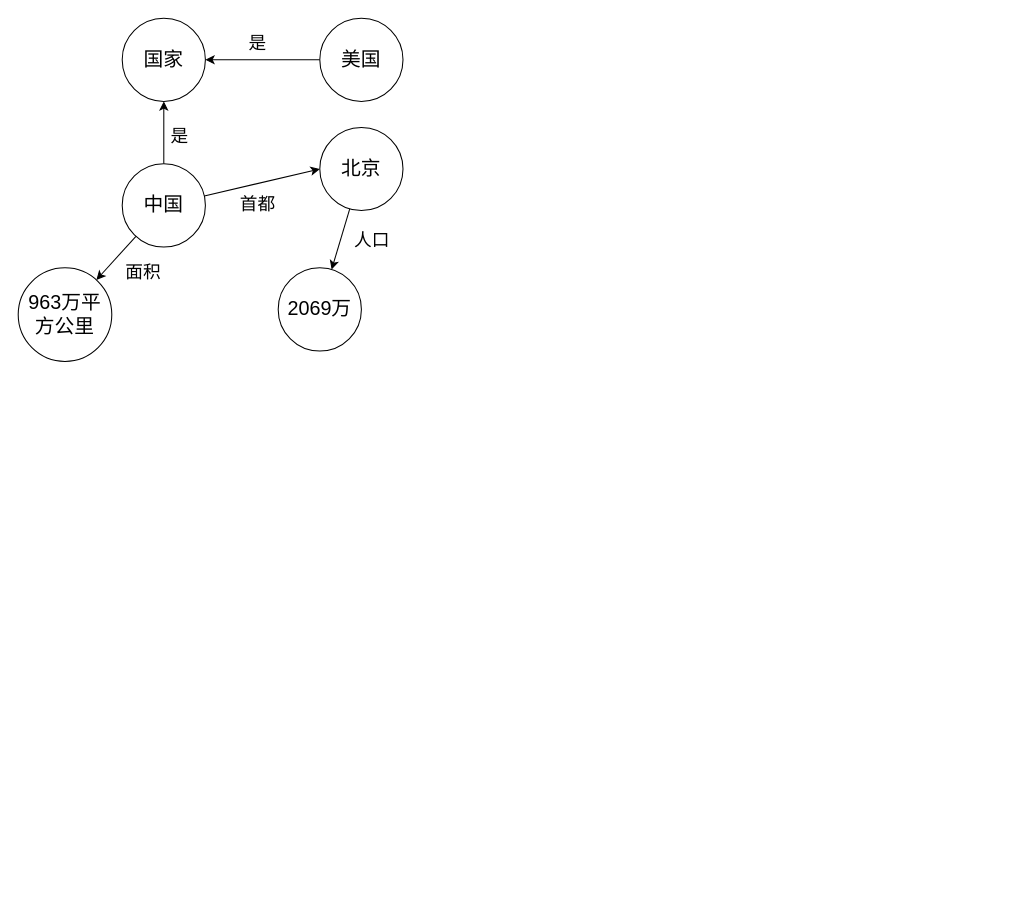
SongyuanC/supermall keeps this draw.io diagram as 人工智能导论.drawio. Above is the earlier version. Source tidied: cells renumbered, new cells numbered last; positions are measured from the earlier drawing's top-left corner, leaving out a move shared by most shapes. Both pictures are drawn from the tidied source at 104%, with x=0, y=0 at pixel (18, 18).
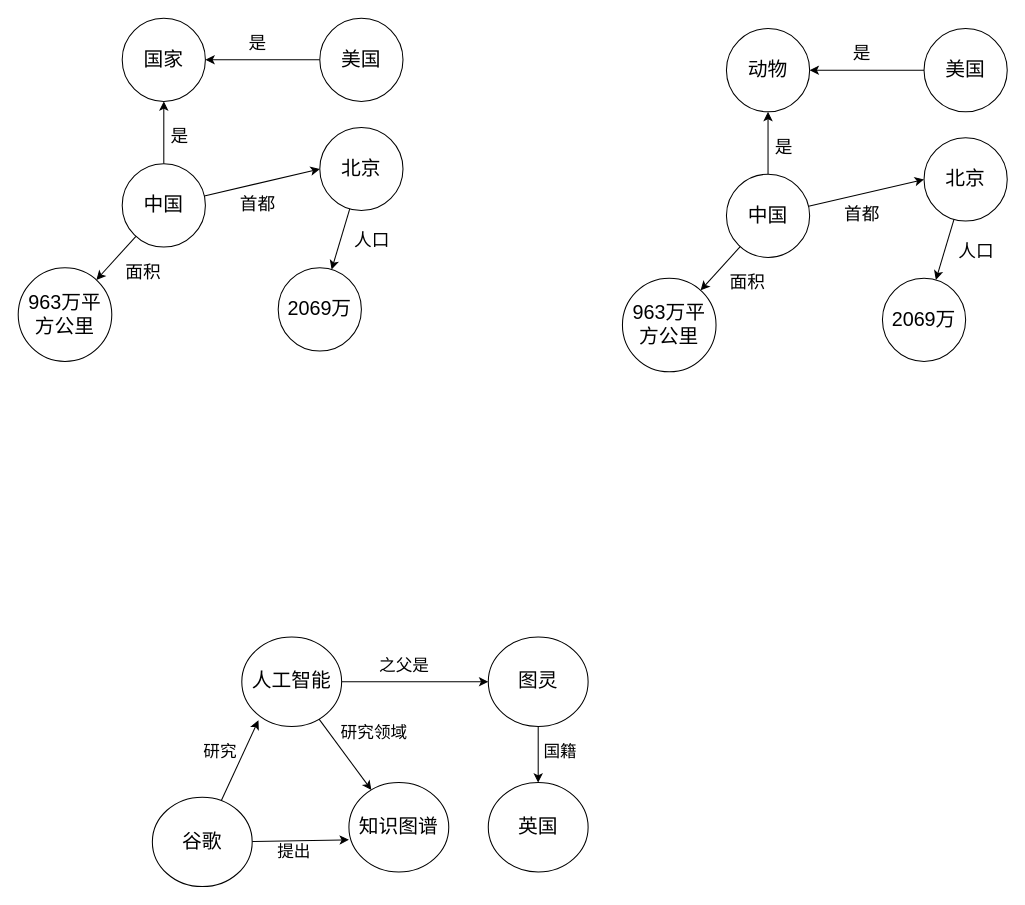
Above is the later version.

Commit message:
更新人工智能导论.drawio

Change to the diagram source:
```diff
@@
+    <mxCell id="18" style="rounded=0;jettySize=auto;html=1;entryX=0;entryY=0.5;entryDx=0;entryDy=0;" parent="1" edge="1" source="21" target="23">
+      <mxGeometry relative="1" as="geometry" />
+    </mxCell>
+    <mxCell id="19" style="edgeStyle=orthogonalEdgeStyle;rounded=0;jettySize=auto;html=1;entryX=0.5;entryY=1;entryDx=0;entryDy=0;" parent="1" edge="1" source="21" target="25">
+      <mxGeometry relative="1" as="geometry" />
+    </mxCell>
+    <mxCell id="20" style="rounded=0;jettySize=auto;html=1;" parent="1" edge="1" source="21" target="29">
+      <mxGeometry relative="1" as="geometry" />
+    </mxCell>
+    <mxCell id="21" value="中国" style="ellipse;whiteSpace=wrap;html=1;fontSize=19;" parent="1" vertex="1">
+      <mxGeometry x="681" y="150" width="80" height="80" as="geometry" />
+    </mxCell>
+    <mxCell id="22" style="rounded=0;jettySize=auto;html=1;" parent="1" edge="1" source="23" target="27">
+      <mxGeometry relative="1" as="geometry" />
+    </mxCell>
+    <mxCell id="23" value="北京" style="ellipse;whiteSpace=wrap;html=1;fontSize=19;" parent="1" vertex="1">
+      <mxGeometry x="871" y="115" width="80" height="80" as="geometry" />
+    </mxCell>
+    <mxCell id="24" value="首都" style="text;html=1;align=center;verticalAlign=middle;strokeColor=none;fillColor=none;fontSize=17;" parent="1" vertex="1">
+      <mxGeometry x="781" y="175" width="60" height="30" as="geometry" />
+    </mxCell>
+    <mxCell id="25" value="动物" style="ellipse;whiteSpace=wrap;html=1;fontSize=19;" parent="1" vertex="1">
+      <mxGeometry x="681" y="10" width="80" height="80" as="geometry" />
+    </mxCell>
+    <mxCell id="26" value="是" style="text;html=1;align=center;verticalAlign=middle;strokeColor=none;fillColor=none;fontSize=17;" parent="1" vertex="1">
+      <mxGeometry x="716" y="110" width="40" height="30" as="geometry" />
+    </mxCell>
+    <mxCell id="27" value="2069万" style="ellipse;whiteSpace=wrap;html=1;fontSize=19;" parent="1" vertex="1">
+      <mxGeometry x="831" y="250" width="80" height="80" as="geometry" />
+    </mxCell>
+    <mxCell id="28" value="人口" style="text;html=1;align=center;verticalAlign=middle;strokeColor=none;fillColor=none;fontSize=17;" parent="1" vertex="1">
+      <mxGeometry x="891" y="210" width="60" height="30" as="geometry" />
+    </mxCell>
+    <mxCell id="29" value="963万平方公里" style="ellipse;whiteSpace=wrap;html=1;fontSize=19;" parent="1" vertex="1">
+      <mxGeometry x="581" y="250" width="90" height="90" as="geometry" />
+    </mxCell>
+    <mxCell id="30" value="面积" style="text;html=1;align=center;verticalAlign=middle;strokeColor=none;fillColor=none;fontSize=17;" parent="1" vertex="1">
+      <mxGeometry x="671" y="240" width="60" height="30" as="geometry" />
+    </mxCell>
+    <mxCell id="31" style="edgeStyle=orthogonalEdgeStyle;rounded=0;jettySize=auto;html=1;entryX=1;entryY=0.5;entryDx=0;entryDy=0;" parent="1" edge="1" source="32" target="25">
+      <mxGeometry relative="1" as="geometry" />
+    </mxCell>
+    <mxCell id="32" value="美国" style="ellipse;whiteSpace=wrap;html=1;fontSize=19;" parent="1" vertex="1">
+      <mxGeometry x="871" y="10" width="80" height="80" as="geometry" />
+    </mxCell>
+    <mxCell id="33" value="是" style="text;html=1;align=center;verticalAlign=middle;strokeColor=none;fillColor=none;fontSize=17;" parent="1" vertex="1">
+      <mxGeometry x="791" y="20" width="40" height="30" as="geometry" />
+    </mxCell>
+    <mxCell id="34" style="rounded=0;jettySize=auto;html=1;entryX=0;entryY=0.5;entryDx=0;entryDy=0;" parent="1" edge="1" source="36" target="39">
+      <mxGeometry relative="1" as="geometry" />
+    </mxCell>
+    <mxCell id="35" style="rounded=0;jettySize=auto;html=1;" parent="1" edge="1" source="36" target="37">
+      <mxGeometry relative="1" as="geometry" />
+    </mxCell>
+    <mxCell id="36" value="人工智能" style="ellipse;whiteSpace=wrap;html=1;fontSize=19;" parent="1" vertex="1">
+      <mxGeometry x="215" y="595" width="96" height="86" as="geometry" />
+    </mxCell>
+    <mxCell id="37" value="知识图谱" style="ellipse;whiteSpace=wrap;html=1;fontSize=19;" parent="1" vertex="1">
+      <mxGeometry x="318" y="735" width="96" height="86" as="geometry" />
+    </mxCell>
+    <mxCell id="38" style="rounded=0;jettySize=auto;html=1;" parent="1" edge="1" source="39" target="44">
+      <mxGeometry relative="1" as="geometry" />
+    </mxCell>
+    <mxCell id="39" value="图灵" style="ellipse;whiteSpace=wrap;html=1;fontSize=19;" parent="1" vertex="1">
+      <mxGeometry x="452" y="595" width="96" height="86" as="geometry" />
+    </mxCell>
+    <mxCell id="40" value="研究领域" style="text;html=1;align=center;verticalAlign=middle;strokeColor=none;fillColor=none;fontSize=16;" parent="1" vertex="1">
+      <mxGeometry x="301" y="671" width="82" height="31" as="geometry" />
+    </mxCell>
+    <mxCell id="41" style="rounded=0;jettySize=auto;html=1;entryX=0;entryY=0.64;entryDx=0;entryDy=0;entryPerimeter=0;" parent="1" edge="1" source="42" target="37">
+      <mxGeometry relative="1" as="geometry" />
+    </mxCell>
+    <mxCell id="42" value="谷歌" style="ellipse;whiteSpace=wrap;html=1;fontSize=19;" parent="1" vertex="1">
+      <mxGeometry x="129" y="749" width="96" height="86" as="geometry" />
+    </mxCell>
+    <mxCell id="43" value="提出" style="text;html=1;align=center;verticalAlign=middle;strokeColor=none;fillColor=none;fontSize=16;" parent="1" vertex="1">
+      <mxGeometry x="240" y="785" width="50" height="31" as="geometry" />
+    </mxCell>
+    <mxCell id="44" value="英国" style="ellipse;whiteSpace=wrap;html=1;fontSize=19;" parent="1" vertex="1">
+      <mxGeometry x="452" y="735" width="96" height="86" as="geometry" />
+    </mxCell>
+    <mxCell id="45" value="之父是" style="text;html=1;align=center;verticalAlign=middle;strokeColor=none;fillColor=none;fontSize=16;" parent="1" vertex="1">
+      <mxGeometry x="338" y="606" width="66" height="31" as="geometry" />
+    </mxCell>
+    <mxCell id="46" value="国籍" style="text;html=1;align=center;verticalAlign=middle;strokeColor=none;fillColor=none;fontSize=16;" parent="1" vertex="1">
+      <mxGeometry x="496" y="689" width="50" height="31" as="geometry" />
+    </mxCell>
+    <mxCell id="47" style="rounded=0;jettySize=auto;html=1;entryX=0.167;entryY=0.93;entryDx=0;entryDy=0;entryPerimeter=0;" parent="1" edge="1" source="42" target="36">
+      <mxGeometry relative="1" as="geometry" />
+    </mxCell>
+    <mxCell id="48" value="研究" style="text;html=1;align=center;verticalAlign=middle;strokeColor=none;fillColor=none;fontSize=16;" parent="1" vertex="1">
+      <mxGeometry x="169" y="689" width="50" height="31" as="geometry" />
+    </mxCell>
```
